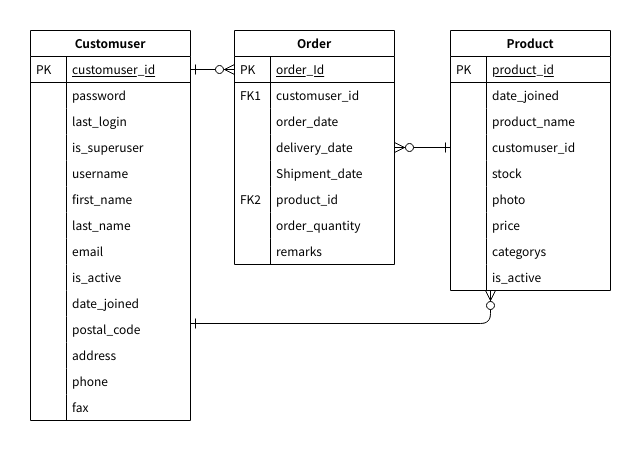
Above: doc/ERD/ordering_system_ERD_Ver.1.0.png in tanakayoshiki88/ordering_system (draw.io), before the change. Source tidied: cells renumbered, new cells last; positions are measured from the earlier drawing's top-left corner, leaving out a move shared by most shapes.
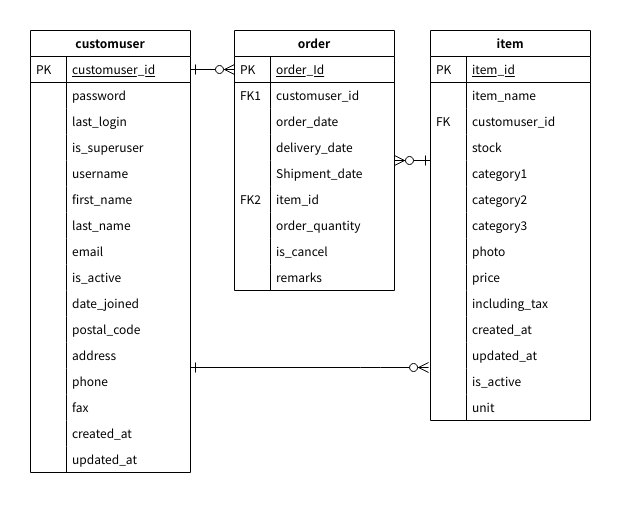
Above is the later version.

What changed in the source:
```diff
@@ -2,8 +2,8 @@
   <root>
     <mxCell id="0" />
     <mxCell id="1" parent="0" />
-    <mxCell id="2" value="Customuser" style="swimlane;fontStyle=1;horizontal=1;startSize=26;rounded=0;shadow=0;strokeWidth=1;" parent="1" vertex="1">
-      <mxGeometry width="160" height="390" as="geometry" />
+    <mxCell id="2" value="customuser" style="swimlane;fontStyle=1;horizontal=1;startSize=26;rounded=0;shadow=0;strokeWidth=1;" parent="1" vertex="1">
+      <mxGeometry width="160" height="442" as="geometry" />
     </mxCell>
     <mxCell id="3" value="customuser_id" style="shape=partialRectangle;top=0;left=0;right=0;bottom=1;align=left;verticalAlign=top;fillColor=none;spacingLeft=40;spacingRight=4;overflow=hidden;points=[[0,0.5],[1,0.5]];portConstraint=eastwest;rounded=0;shadow=0;strokeWidth=1;fontStyle=4;" parent="2" vertex="1">
       <mxGeometry y="26" width="160" height="26" as="geometry" />
@@ -89,8 +89,20 @@
     <mxCell id="30" style="shape=partialRectangle;top=0;left=0;bottom=0;fillColor=none;align=left;verticalAlign=top;spacingLeft=4;spacingRight=4;overflow=hidden;" parent="29" vertex="1">
       <mxGeometry width="36" height="26" as="geometry" />
     </mxCell>
+    <mxCell id="70" value="created_at" style="shape=partialRectangle;top=0;left=0;right=0;bottom=0;align=left;verticalAlign=top;fillColor=none;spacingLeft=40;spacingRight=4;overflow=hidden;rounded=0;shadow=0;strokeWidth=1;" parent="2" vertex="1">
+      <mxGeometry y="390" width="160" height="26" as="geometry" />
+    </mxCell>
+    <mxCell id="71" style="shape=partialRectangle;top=0;left=0;bottom=0;fillColor=none;align=left;verticalAlign=top;spacingLeft=4;spacingRight=4;overflow=hidden;" parent="70" vertex="1">
+      <mxGeometry width="36" height="26" as="geometry" />
+    </mxCell>
+    <mxCell id="72" value="updated_at" style="shape=partialRectangle;top=0;left=0;right=0;bottom=0;align=left;verticalAlign=top;fillColor=none;spacingLeft=40;spacingRight=4;overflow=hidden;rounded=0;shadow=0;strokeWidth=1;" parent="2" vertex="1">
+      <mxGeometry y="416" width="160" height="26" as="geometry" />
+    </mxCell>
+    <mxCell id="73" style="shape=partialRectangle;top=0;left=0;bottom=0;fillColor=none;align=left;verticalAlign=top;spacingLeft=4;spacingRight=4;overflow=hidden;" parent="72" vertex="1">
+      <mxGeometry width="36" height="26" as="geometry" />
+    </mxCell>
-    <mxCell id="31" value="Order" style="swimlane;fontStyle=1;horizontal=1;startSize=26;rounded=0;shadow=0;strokeWidth=1;" parent="1" vertex="1">
-      <mxGeometry x="204" width="160" height="234" as="geometry" />
+    <mxCell id="31" value="order" style="swimlane;fontStyle=1;horizontal=1;startSize=26;rounded=0;shadow=0;strokeWidth=1;" parent="1" vertex="1">
+      <mxGeometry x="204" width="160" height="260" as="geometry" />
     </mxCell>
     <mxCell id="32" value="order_Id" style="shape=partialRectangle;top=0;left=0;right=0;bottom=1;align=left;verticalAlign=top;fillColor=none;spacingLeft=40;spacingRight=4;overflow=hidden;points=[[0,0.5],[1,0.5]];portConstraint=eastwest;rounded=0;shadow=0;strokeWidth=1;fontStyle=4;" parent="31" vertex="1">
       <mxGeometry y="26" width="160" height="26" as="geometry" />
@@ -122,7 +134,7 @@
     <mxCell id="41" style="shape=partialRectangle;top=0;left=0;bottom=0;fillColor=none;align=left;verticalAlign=top;spacingLeft=4;spacingRight=4;overflow=hidden;" parent="40" vertex="1">
       <mxGeometry width="36" height="26" as="geometry" />
     </mxCell>
-    <mxCell id="42" value="product_id" style="shape=partialRectangle;top=0;left=0;right=0;bottom=0;align=left;verticalAlign=top;fillColor=none;spacingLeft=40;spacingRight=4;overflow=hidden;rounded=0;shadow=0;strokeWidth=1;" parent="31" vertex="1">
+    <mxCell id="42" value="item_id" style="shape=partialRectangle;top=0;left=0;right=0;bottom=0;align=left;verticalAlign=top;fillColor=none;spacingLeft=40;spacingRight=4;overflow=hidden;rounded=0;shadow=0;strokeWidth=1;" parent="31" vertex="1">
       <mxGeometry y="156" width="160" height="26" as="geometry" />
     </mxCell>
     <mxCell id="43" value="FK2" style="shape=partialRectangle;top=0;left=0;bottom=0;fillColor=none;align=left;verticalAlign=top;spacingLeft=4;spacingRight=4;overflow=hidden;" parent="42" vertex="1">
@@ -134,72 +146,108 @@
     <mxCell id="45" style="shape=partialRectangle;top=0;left=0;bottom=0;fillColor=none;align=left;verticalAlign=top;spacingLeft=4;spacingRight=4;overflow=hidden;" parent="44" vertex="1">
       <mxGeometry width="36" height="26" as="geometry" />
     </mxCell>
-    <mxCell id="46" value="remarks" style="shape=partialRectangle;top=0;left=0;right=0;bottom=0;align=left;verticalAlign=top;fillColor=none;spacingLeft=40;spacingRight=4;overflow=hidden;rounded=0;shadow=0;strokeWidth=1;" parent="31" vertex="1">
+    <mxCell id="46" value="is_cancel" style="shape=partialRectangle;top=0;left=0;right=0;bottom=0;align=left;verticalAlign=top;fillColor=none;spacingLeft=40;spacingRight=4;overflow=hidden;rounded=0;shadow=0;strokeWidth=1;" parent="31" vertex="1">
       <mxGeometry y="208" width="160" height="26" as="geometry" />
     </mxCell>
     <mxCell id="47" style="shape=partialRectangle;top=0;left=0;bottom=0;fillColor=none;align=left;verticalAlign=top;spacingLeft=4;spacingRight=4;overflow=hidden;" parent="46" vertex="1">
       <mxGeometry width="36" height="26" as="geometry" />
     </mxCell>
+    <mxCell id="74" value="remarks" style="shape=partialRectangle;top=0;left=0;right=0;bottom=0;align=left;verticalAlign=top;fillColor=none;spacingLeft=40;spacingRight=4;overflow=hidden;rounded=0;shadow=0;strokeWidth=1;" parent="31" vertex="1">
+      <mxGeometry y="234" width="160" height="26" as="geometry" />
+    </mxCell>
+    <mxCell id="75" style="shape=partialRectangle;top=0;left=0;bottom=0;fillColor=none;align=left;verticalAlign=top;spacingLeft=4;spacingRight=4;overflow=hidden;" parent="74" vertex="1">
+      <mxGeometry width="36" height="26" as="geometry" />
+    </mxCell>
     <mxCell id="48" style="edgeStyle=orthogonalEdgeStyle;endArrow=ERzeroToMany;startArrow=ERone;shadow=0;strokeWidth=1;endSize=8;startSize=8;startFill=0;" parent="1" edge="1" source="3" target="32">
       <mxGeometry relative="1" as="geometry" />
     </mxCell>
-    <mxCell id="49" value="Product" style="swimlane;fontStyle=1;horizontal=1;startSize=26;rounded=0;shadow=0;strokeWidth=1;" parent="1" vertex="1">
-      <mxGeometry x="420" width="160" height="260" as="geometry" />
+    <mxCell id="49" value="item" style="swimlane;fontStyle=1;horizontal=1;startSize=26;rounded=0;shadow=0;strokeWidth=1;" parent="1" vertex="1">
+      <mxGeometry x="400" width="160" height="390" as="geometry" />
     </mxCell>
-    <mxCell id="50" value="product_id" style="shape=partialRectangle;top=0;left=0;right=0;bottom=1;align=left;verticalAlign=top;fillColor=none;spacingLeft=40;spacingRight=4;overflow=hidden;rounded=0;shadow=0;strokeWidth=1;fontStyle=4;" parent="49" vertex="1">
+    <mxCell id="50" value="item_id" style="shape=partialRectangle;top=0;left=0;right=0;bottom=1;align=left;verticalAlign=top;fillColor=none;spacingLeft=40;spacingRight=4;overflow=hidden;rounded=0;shadow=0;strokeWidth=1;fontStyle=4;" parent="49" vertex="1">
       <mxGeometry y="26" width="160" height="26" as="geometry" />
     </mxCell>
     <mxCell id="51" value="PK" style="shape=partialRectangle;top=0;left=0;bottom=0;fillColor=none;align=left;verticalAlign=top;spacingLeft=4;spacingRight=4;overflow=hidden;" parent="50" vertex="1">
       <mxGeometry width="36" height="26" as="geometry" />
     </mxCell>
-    <mxCell id="52" value="date_joined" style="shape=partialRectangle;top=0;left=0;right=0;bottom=0;align=left;verticalAlign=top;fillColor=none;spacingLeft=40;spacingRight=4;overflow=hidden;rounded=0;shadow=0;strokeWidth=1;" parent="49" vertex="1">
-      <mxGeometry y="52" width="160" height="26" as="geometry" />
-    </mxCell>
-    <mxCell id="53" style="shape=partialRectangle;top=0;left=0;bottom=0;fillColor=none;align=left;verticalAlign=top;spacingLeft=4;spacingRight=4;overflow=hidden;" parent="52" vertex="1">
-      <mxGeometry width="36" height="26" as="geometry" />
-    </mxCell>
-    <mxCell id="54" value="product_name" style="shape=partialRectangle;top=0;left=0;right=0;bottom=0;align=left;verticalAlign=top;fillColor=none;spacingLeft=40;spacingRight=4;overflow=hidden;rounded=0;shadow=0;strokeWidth=1;" parent="49" vertex="1">
-      <mxGeometry y="78" width="160" height="26" as="geometry" />
+    <mxCell id="54" value="item_name" style="shape=partialRectangle;top=0;left=0;right=0;bottom=0;align=left;verticalAlign=top;fillColor=none;spacingLeft=40;spacingRight=4;overflow=hidden;rounded=0;shadow=0;strokeWidth=1;" parent="49" vertex="1">
+      <mxGeometry y="52" width="160" height="26" as="geometry" />
     </mxCell>
     <mxCell id="55" style="shape=partialRectangle;top=0;left=0;bottom=0;fillColor=none;align=left;verticalAlign=top;spacingLeft=4;spacingRight=4;overflow=hidden;" parent="54" vertex="1">
       <mxGeometry width="36" height="26" as="geometry" />
     </mxCell>
     <mxCell id="56" value="customuser_id" style="shape=partialRectangle;top=0;left=0;right=0;bottom=0;align=left;verticalAlign=top;fillColor=none;spacingLeft=40;spacingRight=4;overflow=hidden;rounded=0;shadow=0;strokeWidth=1;" parent="49" vertex="1">
-      <mxGeometry y="104" width="160" height="26" as="geometry" />
+      <mxGeometry y="78" width="160" height="26" as="geometry" />
     </mxCell>
-    <mxCell id="57" style="shape=partialRectangle;top=0;left=0;bottom=0;fillColor=none;align=left;verticalAlign=top;spacingLeft=4;spacingRight=4;overflow=hidden;" parent="56" vertex="1">
+    <mxCell id="57" value="FK" style="shape=partialRectangle;top=0;left=0;bottom=0;fillColor=none;align=left;verticalAlign=top;spacingLeft=4;spacingRight=4;overflow=hidden;" parent="56" vertex="1">
       <mxGeometry width="36" height="26" as="geometry" />
     </mxCell>
-    <mxCell id="58" value="stock" style="shape=partialRectangle;top=0;left=0;right=0;bottom=0;align=left;verticalAlign=top;fillColor=none;spacingLeft=40;spacingRight=4;overflow=hidden;rounded=0;shadow=0;strokeWidth=1;" parent="49" vertex="1">
-      <mxGeometry y="130" width="160" height="26" as="geometry" />
-    </mxCell>
-    <mxCell id="59" style="shape=partialRectangle;top=0;left=0;bottom=0;fillColor=none;align=left;verticalAlign=top;spacingLeft=4;spacingRight=4;overflow=hidden;" parent="58" vertex="1">
-      <mxGeometry width="36" height="26" as="geometry" />
-    </mxCell>
-    <mxCell id="60" value="photo" style="shape=partialRectangle;top=0;left=0;right=0;bottom=0;align=left;verticalAlign=top;fillColor=none;spacingLeft=40;spacingRight=4;overflow=hidden;rounded=0;shadow=0;strokeWidth=1;" parent="49" vertex="1">
-      <mxGeometry y="156" width="160" height="26" as="geometry" />
-    </mxCell>
-    <mxCell id="61" style="shape=partialRectangle;top=0;left=0;bottom=0;fillColor=none;align=left;verticalAlign=top;spacingLeft=4;spacingRight=4;overflow=hidden;" parent="60" vertex="1">
-      <mxGeometry width="36" height="26" as="geometry" />
-    </mxCell>
-    <mxCell id="62" value="price" style="shape=partialRectangle;top=0;left=0;right=0;bottom=0;align=left;verticalAlign=top;fillColor=none;spacingLeft=40;spacingRight=4;overflow=hidden;rounded=0;shadow=0;strokeWidth=1;" parent="49" vertex="1">
-      <mxGeometry y="182" width="160" height="26" as="geometry" />
-    </mxCell>
-    <mxCell id="63" style="shape=partialRectangle;top=0;left=0;bottom=0;fillColor=none;align=left;verticalAlign=top;spacingLeft=4;spacingRight=4;overflow=hidden;" parent="62" vertex="1">
-      <mxGeometry width="36" height="26" as="geometry" />
-    </mxCell>
-    <mxCell id="64" value="categorys" style="shape=partialRectangle;top=0;left=0;right=0;bottom=0;align=left;verticalAlign=top;fillColor=none;spacingLeft=40;spacingRight=4;overflow=hidden;rounded=0;shadow=0;strokeWidth=1;" parent="49" vertex="1">
-      <mxGeometry y="208" width="160" height="26" as="geometry" />
-    </mxCell>
-    <mxCell id="65" style="shape=partialRectangle;top=0;left=0;bottom=0;fillColor=none;align=left;verticalAlign=top;spacingLeft=4;spacingRight=4;overflow=hidden;" parent="64" vertex="1">
-      <mxGeometry width="36" height="26" as="geometry" />
-    </mxCell>
-    <mxCell id="66" value="is_active" style="shape=partialRectangle;top=0;left=0;right=0;bottom=0;align=left;verticalAlign=top;fillColor=none;spacingLeft=40;spacingRight=4;overflow=hidden;rounded=0;shadow=0;strokeWidth=1;" parent="49" vertex="1">
-      <mxGeometry y="234" width="160" height="26" as="geometry" />
+    <mxCell id="66" value="stock" style="shape=partialRectangle;top=0;left=0;right=0;bottom=0;align=left;verticalAlign=top;fillColor=none;spacingLeft=40;spacingRight=4;overflow=hidden;rounded=0;shadow=0;strokeWidth=1;" parent="49" vertex="1">
+      <mxGeometry y="104" width="160" height="26" as="geometry" />
     </mxCell>
     <mxCell id="67" style="shape=partialRectangle;top=0;left=0;bottom=0;fillColor=none;align=left;verticalAlign=top;spacingLeft=4;spacingRight=4;overflow=hidden;" parent="66" vertex="1">
       <mxGeometry width="36" height="26" as="geometry" />
     </mxCell>
+    <mxCell id="76" value="category1" style="shape=partialRectangle;top=0;left=0;right=0;bottom=0;align=left;verticalAlign=top;fillColor=none;spacingLeft=40;spacingRight=4;overflow=hidden;rounded=0;shadow=0;strokeWidth=1;" parent="49" vertex="1">
+      <mxGeometry y="130" width="160" height="26" as="geometry" />
+    </mxCell>
+    <mxCell id="77" style="shape=partialRectangle;top=0;left=0;bottom=0;fillColor=none;align=left;verticalAlign=top;spacingLeft=4;spacingRight=4;overflow=hidden;" parent="76" vertex="1">
+      <mxGeometry width="36" height="26" as="geometry" />
+    </mxCell>
+    <mxCell id="78" value="category2" style="shape=partialRectangle;top=0;left=0;right=0;bottom=0;align=left;verticalAlign=top;fillColor=none;spacingLeft=40;spacingRight=4;overflow=hidden;rounded=0;shadow=0;strokeWidth=1;" parent="49" vertex="1">
+      <mxGeometry y="156" width="160" height="26" as="geometry" />
+    </mxCell>
+    <mxCell id="79" style="shape=partialRectangle;top=0;left=0;bottom=0;fillColor=none;align=left;verticalAlign=top;spacingLeft=4;spacingRight=4;overflow=hidden;" parent="78" vertex="1">
+      <mxGeometry width="36" height="26" as="geometry" />
+    </mxCell>
+    <mxCell id="80" value="category3" style="shape=partialRectangle;top=0;left=0;right=0;bottom=0;align=left;verticalAlign=top;fillColor=none;spacingLeft=40;spacingRight=4;overflow=hidden;rounded=0;shadow=0;strokeWidth=1;" parent="49" vertex="1">
+      <mxGeometry y="182" width="160" height="26" as="geometry" />
+    </mxCell>
+    <mxCell id="81" style="shape=partialRectangle;top=0;left=0;bottom=0;fillColor=none;align=left;verticalAlign=top;spacingLeft=4;spacingRight=4;overflow=hidden;" parent="80" vertex="1">
+      <mxGeometry width="36" height="26" as="geometry" />
+    </mxCell>
+    <mxCell id="60" value="photo" style="shape=partialRectangle;top=0;left=0;right=0;bottom=0;align=left;verticalAlign=top;fillColor=none;spacingLeft=40;spacingRight=4;overflow=hidden;rounded=0;shadow=0;strokeWidth=1;" parent="49" vertex="1">
+      <mxGeometry y="208" width="160" height="26" as="geometry" />
+    </mxCell>
+    <mxCell id="82" style="shape=partialRectangle;top=0;left=0;bottom=0;fillColor=none;align=left;verticalAlign=top;spacingLeft=4;spacingRight=4;overflow=hidden;" parent="60" vertex="1">
+      <mxGeometry width="36" height="26" as="geometry" />
+    </mxCell>
+    <mxCell id="62" value="price" style="shape=partialRectangle;top=0;left=0;right=0;bottom=0;align=left;verticalAlign=top;fillColor=none;spacingLeft=40;spacingRight=4;overflow=hidden;rounded=0;shadow=0;strokeWidth=1;" parent="49" vertex="1">
+      <mxGeometry y="234" width="160" height="26" as="geometry" />
+    </mxCell>
+    <mxCell id="83" style="shape=partialRectangle;top=0;left=0;bottom=0;fillColor=none;align=left;verticalAlign=top;spacingLeft=4;spacingRight=4;overflow=hidden;" parent="62" vertex="1">
+      <mxGeometry width="36" height="26" as="geometry" />
+    </mxCell>
+    <mxCell id="84" value="including_tax" style="shape=partialRectangle;top=0;left=0;right=0;bottom=0;align=left;verticalAlign=top;fillColor=none;spacingLeft=40;spacingRight=4;overflow=hidden;rounded=0;shadow=0;strokeWidth=1;" parent="49" vertex="1">
+      <mxGeometry y="260" width="160" height="26" as="geometry" />
+    </mxCell>
+    <mxCell id="85" style="shape=partialRectangle;top=0;left=0;bottom=0;fillColor=none;align=left;verticalAlign=top;spacingLeft=4;spacingRight=4;overflow=hidden;" parent="84" vertex="1">
+      <mxGeometry width="36" height="26" as="geometry" />
+    </mxCell>
+    <mxCell id="86" value="created_at" style="shape=partialRectangle;top=0;left=0;right=0;bottom=0;align=left;verticalAlign=top;fillColor=none;spacingLeft=40;spacingRight=4;overflow=hidden;rounded=0;shadow=0;strokeWidth=1;" parent="49" vertex="1">
+      <mxGeometry y="286" width="160" height="26" as="geometry" />
+    </mxCell>
+    <mxCell id="87" style="shape=partialRectangle;top=0;left=0;bottom=0;fillColor=none;align=left;verticalAlign=top;spacingLeft=4;spacingRight=4;overflow=hidden;" parent="86" vertex="1">
+      <mxGeometry width="36" height="26" as="geometry" />
+    </mxCell>
+    <mxCell id="88" value="updated_at" style="shape=partialRectangle;top=0;left=0;right=0;bottom=0;align=left;verticalAlign=top;fillColor=none;spacingLeft=40;spacingRight=4;overflow=hidden;points=[[0,0.5],[1,0.5]];portConstraint=eastwest;rounded=0;shadow=0;strokeWidth=1;" parent="49" vertex="1">
+      <mxGeometry y="312" width="160" height="26" as="geometry" />
+    </mxCell>
+    <mxCell id="89" style="shape=partialRectangle;top=0;left=0;bottom=0;fillColor=none;align=left;verticalAlign=top;spacingLeft=4;spacingRight=4;overflow=hidden;" parent="88" vertex="1">
+      <mxGeometry width="36" height="26" as="geometry" />
+    </mxCell>
+    <mxCell id="90" value="is_active" style="shape=partialRectangle;top=0;left=0;right=0;bottom=0;align=left;verticalAlign=top;fillColor=none;spacingLeft=40;spacingRight=4;overflow=hidden;rounded=0;shadow=0;strokeWidth=1;" parent="49" vertex="1">
+      <mxGeometry y="338" width="160" height="26" as="geometry" />
+    </mxCell>
+    <mxCell id="91" style="shape=partialRectangle;top=0;left=0;bottom=0;fillColor=none;align=left;verticalAlign=top;spacingLeft=4;spacingRight=4;overflow=hidden;" parent="90" vertex="1">
+      <mxGeometry width="36" height="26" as="geometry" />
+    </mxCell>
+    <mxCell id="92" value="unit" style="shape=partialRectangle;top=0;left=0;right=0;bottom=0;align=left;verticalAlign=top;fillColor=none;spacingLeft=40;spacingRight=4;overflow=hidden;rounded=0;shadow=0;strokeWidth=1;" parent="49" vertex="1">
+      <mxGeometry y="364" width="160" height="26" as="geometry" />
+    </mxCell>
+    <mxCell id="93" style="shape=partialRectangle;top=0;left=0;bottom=0;fillColor=none;align=left;verticalAlign=top;spacingLeft=4;spacingRight=4;overflow=hidden;" parent="92" vertex="1">
+      <mxGeometry width="36" height="26" as="geometry" />
+    </mxCell>
     <mxCell id="68" style="edgeStyle=orthogonalEdgeStyle;endArrow=ERone;startArrow=ERzeroToMany;shadow=0;strokeWidth=1;endSize=8;startSize=8;endFill=0;startFill=1;" parent="1" edge="1" source="31" target="49">
       <mxGeometry relative="1" as="geometry">
         <Array as="points">
@@ -207,9 +255,13 @@
         </Array>
       </mxGeometry>
     </mxCell>
-    <mxCell id="69" style="edgeStyle=orthogonalEdgeStyle;endArrow=ERzeroToMany;startArrow=ERone;shadow=0;strokeWidth=1;endSize=8;startSize=8;startFill=0;entryX=0.25;entryY=1;entryDx=0;entryDy=0;" parent="1" edge="1" target="49">
+    <mxCell id="69" style="edgeStyle=orthogonalEdgeStyle;endArrow=ERzeroToMany;startArrow=ERone;shadow=0;strokeWidth=1;endSize=8;startSize=8;startFill=0;entryX=-0.012;entryY=0.962;entryDx=0;entryDy=0;entryPerimeter=0;" parent="1" edge="1" target="88">
       <mxGeometry relative="1" as="geometry">
-        <mxPoint x="160" y="293" as="sourcePoint" />
+        <mxPoint x="160" y="337" as="sourcePoint" />
+        <Array as="points">
+          <mxPoint x="340" y="337" />
+          <mxPoint x="340" y="337" />
+        </Array>
       </mxGeometry>
     </mxCell>
   </root>
```
